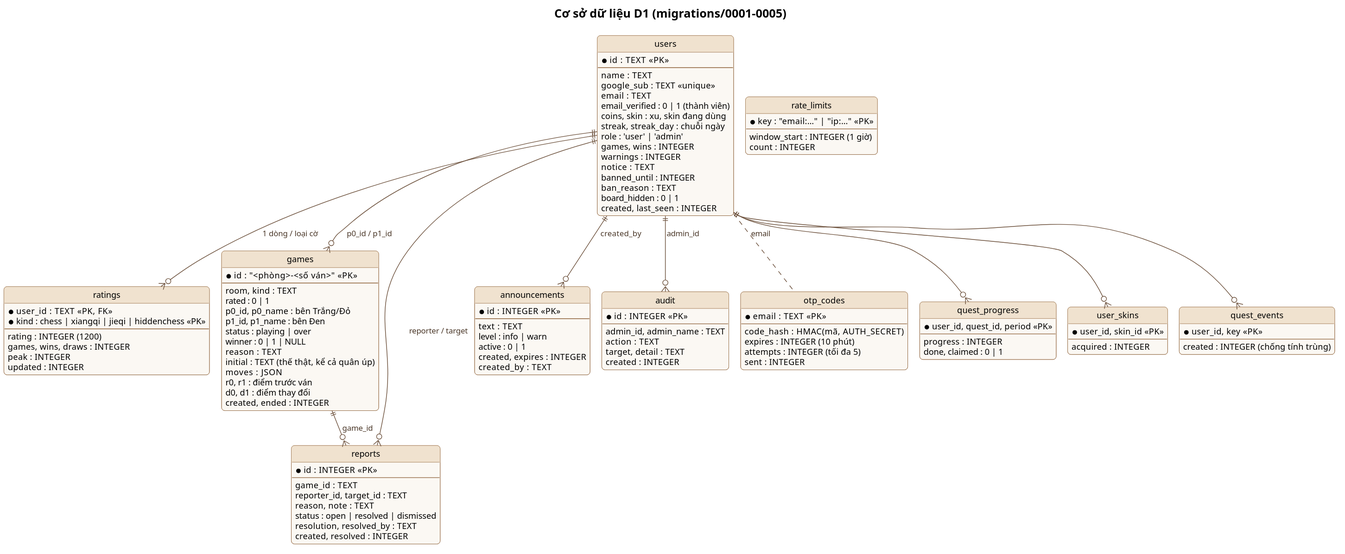
Earlier version of the PlantUML export docs/diagrams/data-model.svg (lethienloc2004/banco-chess).
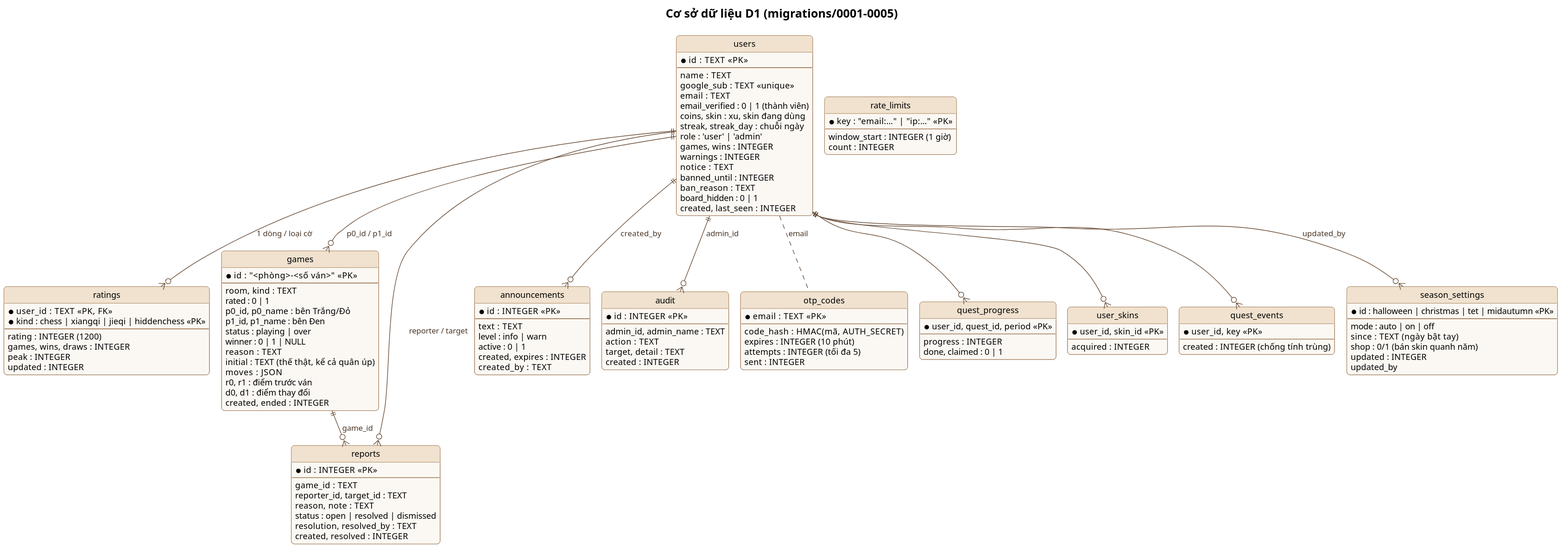
The same file after the commit.

Diff of the diagram source:
```diff
@@ -109,6 +109,16 @@
   created : INTEGER (chống tính trùng)
 }
 
+entity season_settings {
+  * id : halloween | christmas | tet | midautumn <<PK>>
+  --
+  mode : auto | on | off
+  since : TEXT (ngày bật tay)
+  shop : 0/1 (bán skin quanh năm)
+  updated : INTEGER
+  updated_by
+}
+
 entity rate_limits {
   * key : "email:…" | "ip:…" <<PK>>
   --
@@ -126,4 +136,5 @@
 users ||--o{ quest_progress
 users ||--o{ user_skins
 users ||--o{ quest_events
+users ||--o{ season_settings : "updated_by"
 @enduml
```
